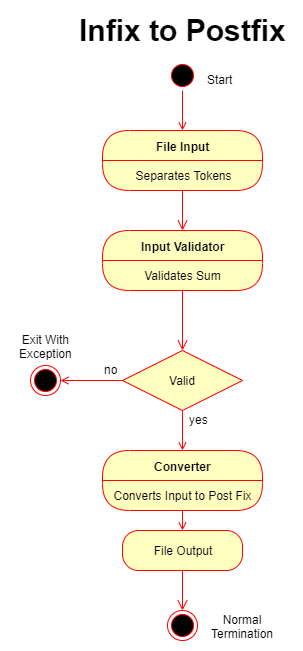
Earlier version of the draw.io export Documentation/IF2PF-Flow.png (Coperh/CalculatorProject). Source tidied: cells renumbered, new cells last; positions are measured from the earlier drawing's top-left corner, leaving out a move shared by most shapes.
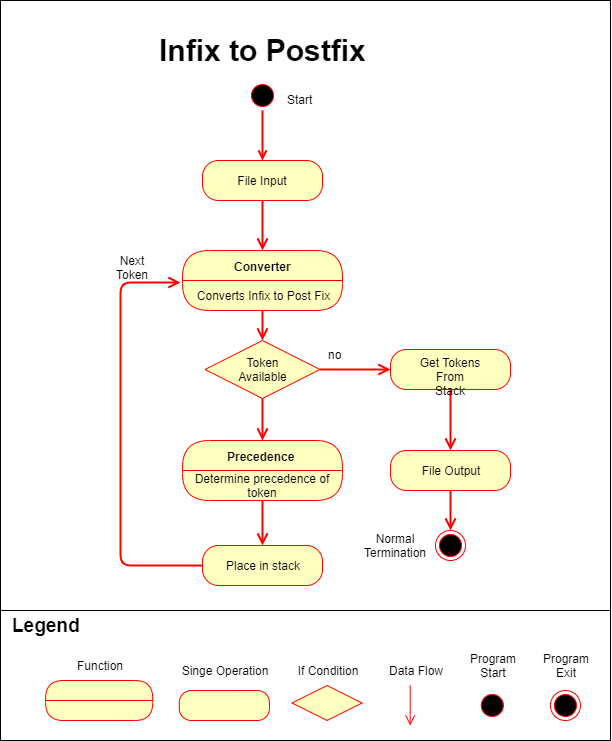
Later version of the same file.

The edit, as a diff of the source:
```diff
@@ -2,19 +2,20 @@
   <root>
     <mxCell id="0" />
     <mxCell id="1" parent="0" />
+    <mxCell id="26" style="rounded=0;whiteSpace=wrap;html=1;" parent="1" vertex="1">
+      <mxGeometry x="-90" y="-30" width="610" height="740" as="geometry" />
+    </mxCell>
-    <mxCell id="2" style="edgeStyle=orthogonalEdgeStyle;rounded=0;jettySize=auto;html=1;exitX=0.5;exitY=1;exitDx=0;exitDy=0;entryX=0.5;entryY=0;entryDx=0;entryDy=0;startArrow=none;startFill=0;endArrow=open;endFill=0;strokeColor=#FF0000;" parent="1" edge="1" source="3" target="4">
-      <mxGeometry relative="1" as="geometry" />
+    <mxCell id="2" style="edgeStyle=orthogonalEdgeStyle;rounded=0;jettySize=auto;html=1;exitX=0.5;exitY=1;exitDx=0;exitDy=0;entryX=0.5;entryY=0;entryDx=0;entryDy=0;startArrow=none;startFill=0;endArrow=open;endFill=0;strokeColor=#FF0000;strokeWidth=2;" parent="1" edge="1" source="3" target="4">
+      <mxGeometry relative="1" as="geometry">
+        <Array as="points">
+          <mxPoint x="172" y="130" />
+        </Array>
+      </mxGeometry>
     </mxCell>
     <mxCell id="3" style="ellipse;html=1;shape=startState;fillColor=#000000;strokeColor=#ff0000;" parent="1" vertex="1">
       <mxGeometry x="157" y="50" width="30" height="30" as="geometry" />
     </mxCell>
-    <mxCell id="4" value="File Input" style="swimlane;html=1;fontStyle=1;align=center;verticalAlign=middle;horizontal=1;startSize=30;fontColor=#000000;rounded=1;arcSize=30;strokeColor=#ff0000;fillColor=#ffffc0;swimlaneFillColor=#ffffc0;" parent="1" vertex="1">
-      <mxGeometry x="92" y="120" width="160" height="60" as="geometry" />
-    </mxCell>
-    <mxCell id="5" value="Separates Tokens" style="text;html=1;strokeColor=none;fillColor=none;align=center;verticalAlign=middle;spacingLeft=4;spacingRight=4;whiteSpace=wrap;overflow=hidden;fontColor=#000000;" parent="4" vertex="1">
-      <mxGeometry y="30" width="160" height="30" as="geometry" />
-    </mxCell>
-    <mxCell id="6" style="edgeStyle=orthogonalEdgeStyle;html=1;verticalAlign=bottom;endArrow=open;endSize=8;strokeColor=#ff0000;exitX=0.5;exitY=1;exitDx=0;exitDy=0;" parent="1" edge="1" source="5">
+    <mxCell id="6" style="edgeStyle=orthogonalEdgeStyle;html=1;verticalAlign=bottom;endArrow=open;endSize=8;strokeColor=#ff0000;exitX=0.5;exitY=1;exitDx=0;exitDy=0;strokeWidth=2;" parent="1" edge="1" source="4">
       <mxGeometry relative="1" as="geometry">
         <mxPoint x="172" y="220" as="targetPoint" />
       </mxGeometry>
@@ -25,64 +26,118 @@
     <mxCell id="8" value="&lt;b&gt;Infix to Postfix&lt;/b&gt;" style="text;html=1;align=center;verticalAlign=top;spacingTop=-4;fontSize=30;" parent="1" vertex="1">
       <mxGeometry x="62" width="220" height="40" as="geometry" />
     </mxCell>
-    <mxCell id="9" value="Input Validator" style="swimlane;html=1;fontStyle=1;align=center;verticalAlign=middle;horizontal=1;startSize=30;fontColor=#000000;rounded=1;arcSize=30;strokeColor=#ff0000;fillColor=#ffffc0;swimlaneFillColor=#ffffc0;" parent="1" vertex="1">
-      <mxGeometry x="92" y="220" width="160" height="60" as="geometry" />
-    </mxCell>
-    <mxCell id="10" value="Validates Sum" style="text;html=1;strokeColor=none;fillColor=none;align=center;verticalAlign=middle;spacingLeft=4;spacingRight=4;whiteSpace=wrap;overflow=hidden;fontColor=#000000;" parent="9" vertex="1">
-      <mxGeometry y="30" width="160" height="30" as="geometry" />
-    </mxCell>
-    <mxCell id="11" style="edgeStyle=orthogonalEdgeStyle;html=1;verticalAlign=bottom;endArrow=open;endSize=8;strokeColor=#ff0000;fontSize=12;" parent="1" edge="1" source="9">
-      <mxGeometry relative="1" as="geometry">
-        <mxPoint x="172" y="340" as="targetPoint" />
-      </mxGeometry>
-    </mxCell>
-    <mxCell id="12" style="edgeStyle=orthogonalEdgeStyle;rounded=0;jettySize=auto;html=1;exitX=0;exitY=0.5;exitDx=0;exitDy=0;startArrow=none;startFill=0;endArrow=open;endFill=0;strokeColor=#FF0000;fontSize=12;" parent="1" edge="1" source="14">
-      <mxGeometry relative="1" as="geometry">
-        <mxPoint x="50" y="370" as="targetPoint" />
-      </mxGeometry>
-    </mxCell>
-    <mxCell id="13" style="edgeStyle=orthogonalEdgeStyle;rounded=0;jettySize=auto;html=1;exitX=0.5;exitY=1;exitDx=0;exitDy=0;startArrow=none;startFill=0;endArrow=open;endFill=0;strokeColor=#FF0000;fontSize=12;" parent="1" edge="1" source="14">
-      <mxGeometry relative="1" as="geometry">
-        <mxPoint x="172" y="440" as="targetPoint" />
-      </mxGeometry>
-    </mxCell>
-    <mxCell id="14" value="Valid" style="rhombus;whiteSpace=wrap;html=1;fillColor=#ffffc0;strokeColor=#ff0000;fontSize=12;align=center;" parent="1" vertex="1">
-      <mxGeometry x="112" y="340" width="120" height="60" as="geometry" />
-    </mxCell>
-    <mxCell id="15" value="no" style="text;html=1;align=left;verticalAlign=top;spacingTop=-4;fontSize=12;" parent="1" vertex="1">
-      <mxGeometry x="92" y="350" width="30" height="20" as="geometry" />
-    </mxCell>
-    <mxCell id="16" style="ellipse;html=1;shape=endState;fillColor=#000000;strokeColor=#ff0000;fontSize=12;align=center;" parent="1" vertex="1">
-      <mxGeometry x="20" y="355" width="30" height="30" as="geometry" />
-    </mxCell>
-    <mxCell id="17" value="Exit With&lt;br&gt;Exception" style="text;html=1;align=center;verticalAlign=top;spacingTop=-4;fontSize=12;" parent="1" vertex="1">
-      <mxGeometry y="320" width="70" height="30" as="geometry" />
-    </mxCell>
-    <mxCell id="18" value="yes" style="text;html=1;align=left;verticalAlign=top;spacingTop=-4;fontSize=12;" parent="1" vertex="1">
-      <mxGeometry x="177" y="400" width="30" height="20" as="geometry" />
-    </mxCell>
     <mxCell id="19" value="Converter" style="swimlane;html=1;fontStyle=1;align=center;verticalAlign=middle;horizontal=1;startSize=30;fontColor=#000000;rounded=1;arcSize=30;strokeColor=#ff0000;fillColor=#ffffc0;swimlaneFillColor=#ffffc0;" parent="1" vertex="1">
-      <mxGeometry x="92" y="440" width="160" height="60" as="geometry" />
+      <mxGeometry x="92" y="220" width="160" height="60" as="geometry" />
     </mxCell>
-    <mxCell id="20" value="Converts Input to Post Fix" style="text;html=1;strokeColor=none;fillColor=none;align=center;verticalAlign=middle;spacingLeft=4;spacingRight=4;whiteSpace=wrap;overflow=hidden;fontColor=#000000;" parent="19" vertex="1">
+    <mxCell id="20" value="Converts Infix to Post Fix" style="text;html=1;strokeColor=none;fillColor=none;align=center;verticalAlign=middle;spacingLeft=4;spacingRight=4;whiteSpace=wrap;overflow=hidden;fontColor=#000000;" parent="19" vertex="1">
       <mxGeometry y="30" width="160" height="30" as="geometry" />
     </mxCell>
+    <mxCell id="27" style="edgeStyle=orthogonalEdgeStyle;rounded=0;jettySize=auto;html=1;exitX=0.5;exitY=1;exitDx=0;exitDy=0;entryX=0.5;entryY=0;entryDx=0;entryDy=0;endArrow=open;endFill=0;endSize=8;strokeColor=#FF0000;strokeWidth=2;" parent="1" edge="1" source="21" target="23">
+      <mxGeometry relative="1" as="geometry" />
+    </mxCell>
     <mxCell id="21" value="File Output" style="rounded=1;whiteSpace=wrap;html=1;arcSize=40;fontColor=#000000;fillColor=#ffffc0;strokeColor=#ff0000;align=center;" parent="1" vertex="1">
-      <mxGeometry x="112" y="520" width="120" height="40" as="geometry" />
+      <mxGeometry x="300" y="420" width="120" height="40" as="geometry" />
     </mxCell>
-    <mxCell id="22" style="edgeStyle=orthogonalEdgeStyle;html=1;verticalAlign=bottom;endArrow=open;endSize=8;strokeColor=#ff0000;fontSize=12;" parent="1" edge="1" source="21">
-      <mxGeometry relative="1" as="geometry">
-        <mxPoint x="172" y="600" as="targetPoint" />
-      </mxGeometry>
-    </mxCell>
     <mxCell id="23" style="ellipse;html=1;shape=endState;fillColor=#000000;strokeColor=#ff0000;fontSize=12;align=center;" parent="1" vertex="1">
-      <mxGeometry x="157" y="600" width="30" height="30" as="geometry" />
+      <mxGeometry x="345" y="500" width="30" height="30" as="geometry" />
     </mxCell>
+    <mxCell id="28" style="group;strokeColor=none;" parent="1" vertex="1">
+      <mxGeometry x="-90" y="580" width="610" height="130" as="geometry" />
+    </mxCell>
+    <mxCell id="29" style="rounded=0;whiteSpace=wrap;html=1;" parent="28" vertex="1">
+      <mxGeometry width="610" height="130" as="geometry" />
+    </mxCell>
+    <mxCell id="30" style="swimlane;html=1;fontStyle=1;align=center;verticalAlign=middle;horizontal=1;startSize=20;fontColor=#000000;rounded=1;arcSize=30;strokeColor=#ff0000;fillColor=#ffffc0;swimlaneFillColor=#ffffc0;" parent="28" vertex="1">
+      <mxGeometry x="45.1" y="70" width="107.2" height="40" as="geometry" />
+    </mxCell>
+    <mxCell id="31" style="ellipse;html=1;shape=endState;fillColor=#000000;strokeColor=#ff0000;" parent="28" vertex="1">
+      <mxGeometry x="549.9" y="80" width="30" height="30" as="geometry" />
+    </mxCell>
+    <mxCell id="32" style="ellipse;html=1;shape=startState;fillColor=#000000;strokeColor=#ff0000;" parent="28" vertex="1">
+      <mxGeometry x="476.8" y="80" width="30" height="30" as="geometry" />
+    </mxCell>
+    <mxCell id="33" style="rounded=1;whiteSpace=wrap;html=1;arcSize=40;fontColor=#000000;fillColor=#ffffc0;strokeColor=#ff0000;" parent="28" vertex="1">
+      <mxGeometry x="178.8" y="80" width="90.1" height="30" as="geometry" />
+    </mxCell>
+    <mxCell id="34" style="rhombus;whiteSpace=wrap;html=1;fillColor=#ffffc0;strokeColor=#ff0000;" parent="28" vertex="1">
+      <mxGeometry x="291.5" y="75" width="70.1" height="35" as="geometry" />
+    </mxCell>
+    <mxCell id="35" style="edgeStyle=orthogonalEdgeStyle;html=1;verticalAlign=bottom;endArrow=open;endSize=8;strokeColor=#ff0000;" parent="28" edge="1">
+      <mxGeometry relative="1" as="geometry">
+        <mxPoint x="409.7" y="75" as="sourcePoint" />
+        <mxPoint x="409.7" y="115" as="targetPoint" />
+      </mxGeometry>
+    </mxCell>
+    <mxCell id="36" value="&lt;b&gt;&lt;font style=&quot;font-size: 19px&quot;&gt;Legend&lt;/font&gt;&lt;/b&gt;" style="text;html=1;strokeColor=none;fillColor=none;align=left;verticalAlign=middle;whiteSpace=wrap;rounded=0;" parent="28" vertex="1">
+      <mxGeometry x="9.5" width="169.3" height="30" as="geometry" />
+    </mxCell>
+    <mxCell id="37" value="Function" style="text;html=1;strokeColor=none;fillColor=none;align=center;verticalAlign=middle;whiteSpace=wrap;rounded=0;" parent="28" vertex="1">
+      <mxGeometry x="53.6" y="45" width="90.1" height="20" as="geometry" />
+    </mxCell>
+    <mxCell id="38" value="Singe Operation" style="text;html=1;strokeColor=none;fillColor=none;align=center;verticalAlign=middle;whiteSpace=wrap;rounded=0;" parent="28" vertex="1">
+      <mxGeometry x="178.8" y="50" width="90.1" height="20" as="geometry" />
+    </mxCell>
+    <mxCell id="39" value="If Condition" style="text;html=1;strokeColor=none;fillColor=none;align=center;verticalAlign=middle;whiteSpace=wrap;rounded=0;" parent="28" vertex="1">
+      <mxGeometry x="281.5" y="50" width="90.1" height="20" as="geometry" />
+    </mxCell>
+    <mxCell id="40" value="Data Flow" style="text;html=1;strokeColor=none;fillColor=none;align=center;verticalAlign=middle;whiteSpace=wrap;rounded=0;" parent="28" vertex="1">
+      <mxGeometry x="377.6" y="50" width="74.1" height="20" as="geometry" />
+    </mxCell>
+    <mxCell id="41" value="Program&lt;br&gt;Start" style="text;html=1;strokeColor=none;fillColor=none;align=center;verticalAlign=middle;whiteSpace=wrap;rounded=0;" parent="28" vertex="1">
+      <mxGeometry x="454.7" y="40" width="74.1" height="30" as="geometry" />
+    </mxCell>
+    <mxCell id="42" value="Program&lt;br&gt;Exit" style="text;html=1;strokeColor=none;fillColor=none;align=center;verticalAlign=middle;whiteSpace=wrap;rounded=0;" parent="28" vertex="1">
+      <mxGeometry x="527.9" y="40" width="74.1" height="30" as="geometry" />
+    </mxCell>
+    <mxCell id="4" value="File Input" style="rounded=1;whiteSpace=wrap;html=1;arcSize=40;fontColor=#000000;fillColor=#ffffc0;strokeColor=#ff0000;align=center;" parent="1" vertex="1">
+      <mxGeometry x="112" y="130" width="120" height="40" as="geometry" />
+    </mxCell>
+    <mxCell id="43" style="edgeStyle=orthogonalEdgeStyle;rounded=0;jettySize=auto;html=1;endArrow=open;endFill=0;endSize=8;strokeColor=#FF0000;strokeWidth=2;entryX=0;entryY=0.5;entryDx=0;entryDy=0;" parent="1" edge="1" source="45" target="50">
+      <mxGeometry relative="1" as="geometry" />
+    </mxCell>
+    <mxCell id="44" style="edgeStyle=orthogonalEdgeStyle;rounded=0;jettySize=auto;html=1;exitX=0.5;exitY=1;exitDx=0;exitDy=0;entryX=0.5;entryY=0;entryDx=0;entryDy=0;endArrow=open;endFill=0;endSize=8;strokeColor=#FF0000;strokeWidth=2;" parent="1" edge="1" source="45" target="47">
+      <mxGeometry relative="1" as="geometry" />
+    </mxCell>
+    <mxCell id="45" value="Token&lt;br&gt;Available" style="rhombus;whiteSpace=wrap;html=1;fillColor=#ffffc0;strokeColor=#ff0000;" parent="1" vertex="1">
+      <mxGeometry x="114.5" y="310" width="115" height="58" as="geometry" />
+    </mxCell>
+    <mxCell id="46" style="edgeStyle=orthogonalEdgeStyle;rounded=0;jettySize=auto;html=1;exitX=0.5;exitY=1;exitDx=0;exitDy=0;entryX=0.5;entryY=0;entryDx=0;entryDy=0;endSize=8;strokeColor=#FF0000;strokeWidth=2;endArrow=open;endFill=0;" parent="1" edge="1" source="20" target="45">
+      <mxGeometry relative="1" as="geometry" />
+    </mxCell>
+    <mxCell id="15" value="no" style="text;html=1;align=center;verticalAlign=middle;" parent="1" vertex="1">
+      <mxGeometry x="229.5" y="314" width="30" height="20" as="geometry" />
+    </mxCell>
-    <mxCell id="24" value="Normal&lt;br&gt;Termination" style="text;html=1;align=center;verticalAlign=top;spacingTop=-4;fontSize=12;" parent="1" vertex="1">
-      <mxGeometry x="192" y="600" width="80" height="30" as="geometry" />
+    <mxCell id="24" value="Normal&lt;br&gt;Termination" style="text;html=1;align=center;verticalAlign=middle;" parent="1" vertex="1">
+      <mxGeometry x="265" y="500" width="80" height="30" as="geometry" />
     </mxCell>
-    <mxCell id="25" style="edgeStyle=orthogonalEdgeStyle;rounded=0;jettySize=auto;html=1;exitX=0.5;exitY=1;exitDx=0;exitDy=0;entryX=0.5;entryY=0;entryDx=0;entryDy=0;startArrow=none;startFill=0;endArrow=open;endFill=0;strokeColor=#FF0000;fontSize=12;" parent="1" edge="1" source="20" target="21">
-      <mxGeometry relative="1" as="geometry" />
-    </mxCell>
+    <mxCell id="47" value="Precedence&amp;nbsp;" style="swimlane;html=1;fontStyle=1;align=center;verticalAlign=middle;horizontal=1;startSize=30;fontColor=#000000;rounded=1;arcSize=30;strokeColor=#ff0000;fillColor=#ffffc0;swimlaneFillColor=#ffffc0;" parent="1" vertex="1">
+      <mxGeometry x="92" y="410" width="160" height="60" as="geometry" />
+    </mxCell>
+    <mxCell id="48" value="Determine precedence of token" style="text;html=1;strokeColor=none;fillColor=none;align=center;verticalAlign=middle;spacingLeft=4;spacingRight=4;whiteSpace=wrap;overflow=hidden;fontColor=#000000;" parent="47" vertex="1">
+      <mxGeometry y="30" width="160" height="30" as="geometry" />
+    </mxCell>
+    <mxCell id="49" style="edgeStyle=orthogonalEdgeStyle;rounded=0;jettySize=auto;html=1;exitX=0.5;exitY=1;exitDx=0;exitDy=0;entryX=0.5;entryY=0;entryDx=0;entryDy=0;endArrow=open;endFill=0;endSize=8;strokeColor=#FF0000;strokeWidth=2;" parent="1" edge="1" source="50" target="21">
+      <mxGeometry relative="1" as="geometry" />
+    </mxCell>
+    <mxCell id="50" value="Get Tokens From&lt;br&gt;Stack" style="rounded=1;whiteSpace=wrap;html=1;arcSize=40;fontColor=#000000;fillColor=#ffffc0;strokeColor=#ff0000;align=center;" parent="1" vertex="1">
+      <mxGeometry x="300" y="319" width="120" height="40" as="geometry" />
+    </mxCell>
+    <mxCell id="51" style="edgeStyle=orthogonalEdgeStyle;rounded=0;jettySize=auto;html=1;exitX=0.5;exitY=1;exitDx=0;exitDy=0;endArrow=open;endFill=0;endSize=8;strokeColor=#FF0000;strokeWidth=2;entryX=0.5;entryY=0;entryDx=0;entryDy=0;" parent="1" edge="1" source="48" target="53">
+      <mxGeometry relative="1" as="geometry" />
+    </mxCell>
+    <mxCell id="52" style="edgeStyle=orthogonalEdgeStyle;rounded=1;jettySize=auto;html=1;exitX=0;exitY=0.5;exitDx=0;exitDy=0;entryX=-0.012;entryY=0.067;entryDx=0;entryDy=0;endArrow=open;endFill=0;endSize=8;strokeColor=#FF0000;strokeWidth=2;elbow=vertical;entryPerimeter=0;" parent="1" edge="1" source="53" target="20">
+      <mxGeometry relative="1" as="geometry">
+        <Array as="points">
+          <mxPoint x="30" y="535" />
+          <mxPoint x="30" y="252" />
+        </Array>
+      </mxGeometry>
+    </mxCell>
+    <mxCell id="53" value="Place in stack" style="rounded=1;whiteSpace=wrap;html=1;arcSize=40;fontColor=#000000;fillColor=#ffffc0;strokeColor=#ff0000;align=center;" parent="1" vertex="1">
+      <mxGeometry x="112" y="515" width="120" height="40" as="geometry" />
+    </mxCell>
+    <mxCell id="54" value="Next Token" style="text;html=1;strokeColor=none;fillColor=none;align=center;verticalAlign=middle;whiteSpace=wrap;rounded=0;" parent="1" vertex="1">
+      <mxGeometry x="-8" y="220" width="100" height="20" as="geometry" />
+    </mxCell>
   </root>
 </mxGraphModel>
```
